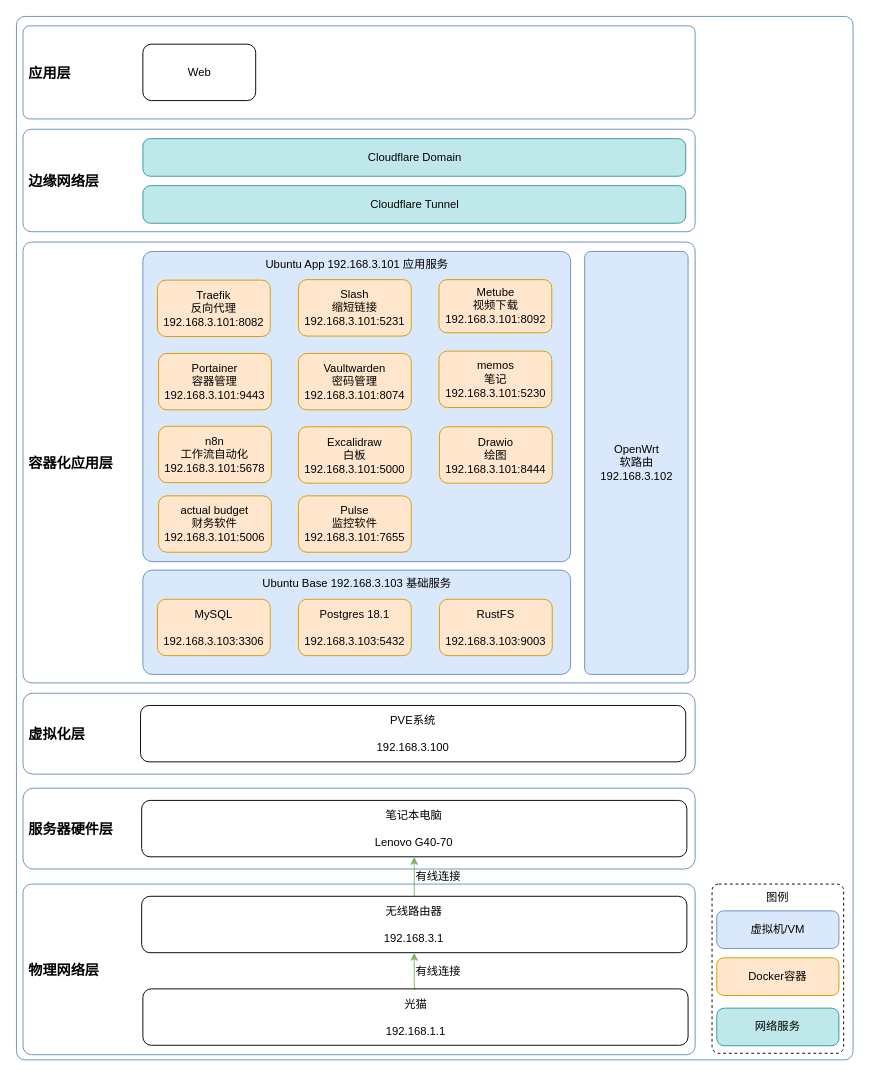
Above: page "HomeLab-Arch-Deploy-Details" (77 of 78) of Moatkon.drawio in moatkon/moatkon (draw.io), before the change. Source tidied: cells renumbered, new cells numbered last; positions are measured from the earlier drawing's top-left corner, leaving out a move shared by most shapes. Both pictures are drawn from the tidied source at 94%, with x=0, y=0 at pixel (16, 16).
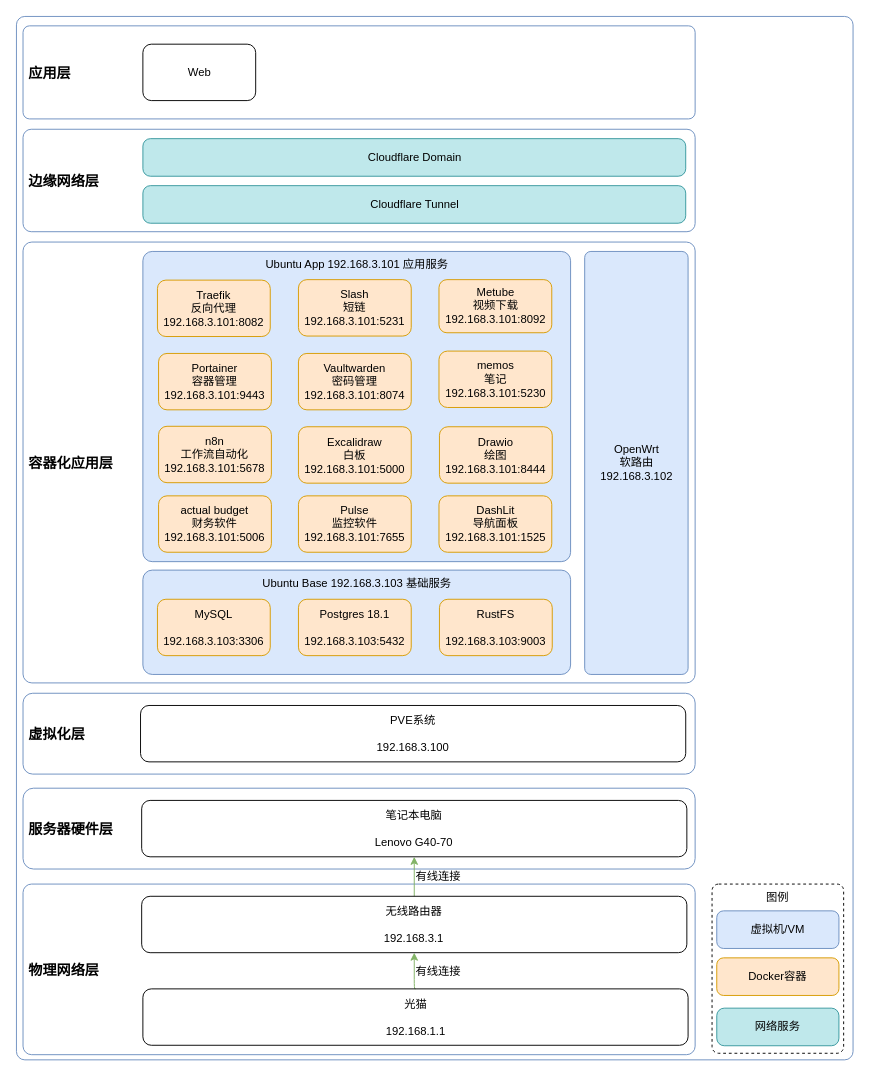
After the change.

Change to the diagram source:
```diff
@@
-    <mxCell id="19" value="Slash&lt;br&gt;缩短链接&lt;br&gt;192.168.3.101:5231" style="rounded=1;whiteSpace=wrap;html=1;fillColor=#ffe6cc;strokeColor=#d79b00;" parent="1" vertex="1">
+    <mxCell id="19" value="Slash&lt;br&gt;短链&lt;br&gt;192.168.3.101:5231" style="rounded=1;whiteSpace=wrap;html=1;fillColor=#ffe6cc;strokeColor=#d79b00;" parent="1" vertex="1">
       <mxGeometry x="300" y="280" width="120" height="60" as="geometry" />
     </mxCell>
@@
+    <mxCell id="41" value="DashLit&lt;br&gt;导航面板&lt;br&gt;192.168.3.101:1525" style="whiteSpace=wrap;html=1;fillColor=#ffe6cc;rounded=1;strokeColor=#d79b00;flipV=1;" parent="1" vertex="1">
+      <mxGeometry x="449.5" y="510" width="120" height="60" as="geometry" />
+    </mxCell>
```
